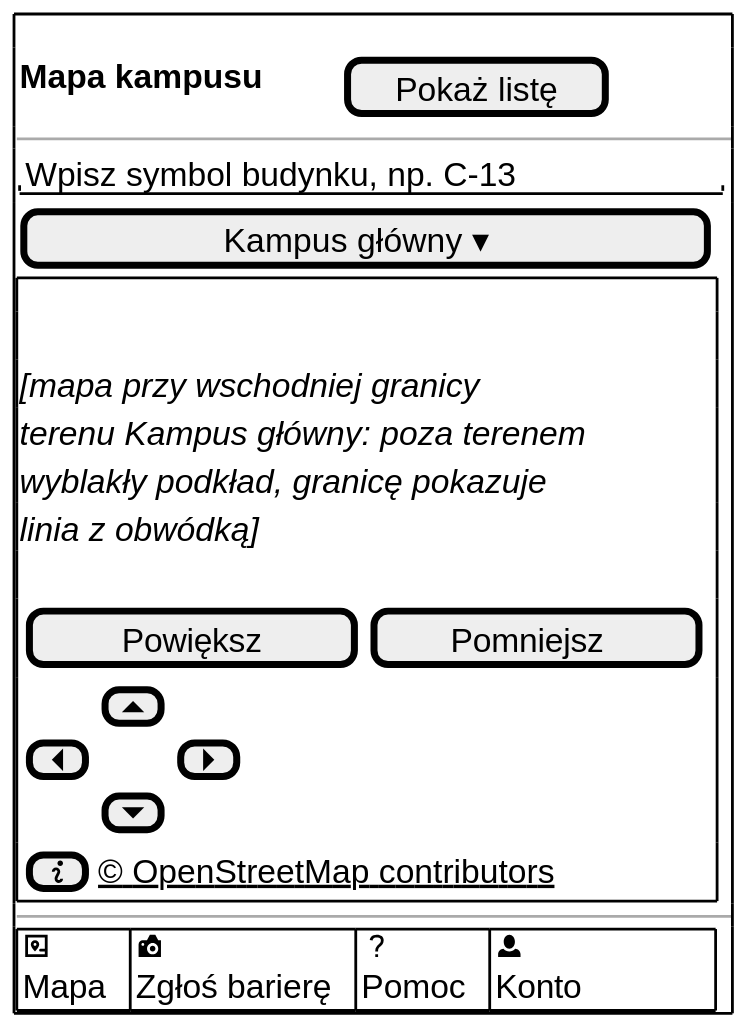
Before: docs/docs/_generated/m-v1-mapa-teren-granica.svg, a diagram exported from PlantUML (dostepny-kampus/dostepny-kampus).
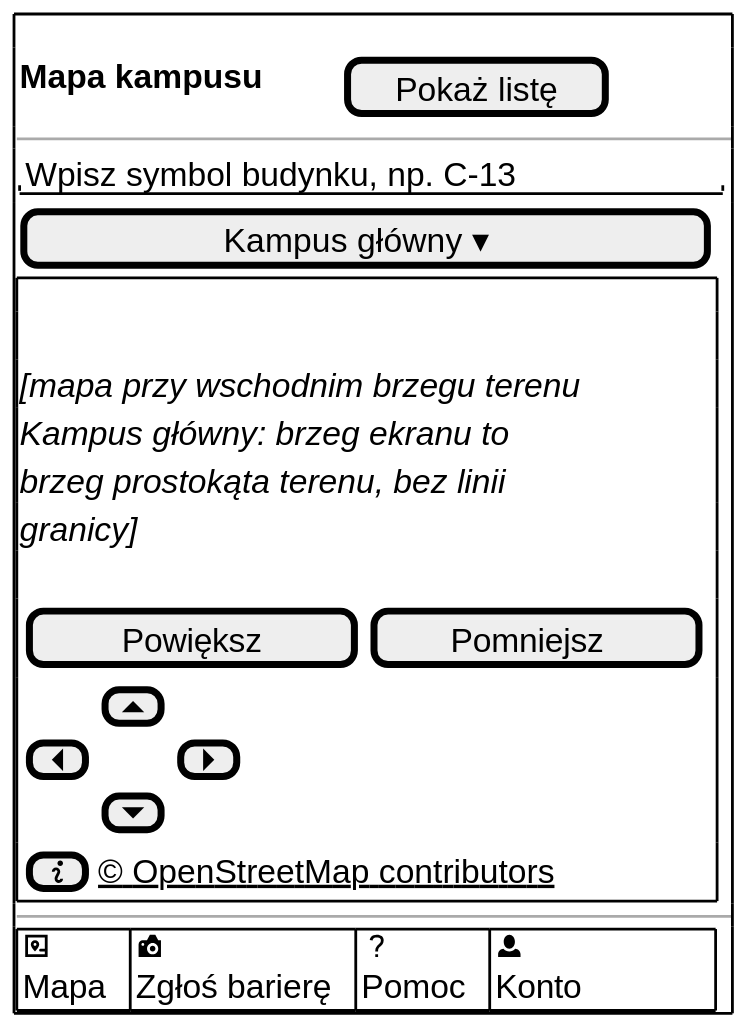
After the commit.

Commit message:
docs(mapa): widok mapy w prostokącie terenu, bez linii granicy i wyblaknięcia (#2629)

Diff of the diagram source:
```diff
@@ -1,12 +1,12 @@
 @startsalt
-' V1 Mapa kampusu, widok przy granicy terenu (US1.7, BR-G5).
+' V1 Mapa kampusu, widok przy brzegu terenu (US1.7, BR-G5).
 !include _wspolne.iuml
 !include _odwiedzajacy.iuml
 $ekran_poczatek()
 $naglowek_mapy("Pokaż listę")
 $pole_tekstowe("Wpisz symbol budynku, np. C-13")
 $przycisk("Kampus główny ▾")
-$mapa("mapa przy wschodniej granicy terenu Kampus główny: poza terenem wyblakły podkład, granicę pokazuje linia z obwódką", "", "info")
+$mapa("mapa przy wschodnim brzegu terenu Kampus główny: brzeg ekranu to brzeg prostokąta terenu, bez linii granicy", "", "info")
 $pasek_dolny_konto()
 $ekran_koniec()
 @endsalt
```
